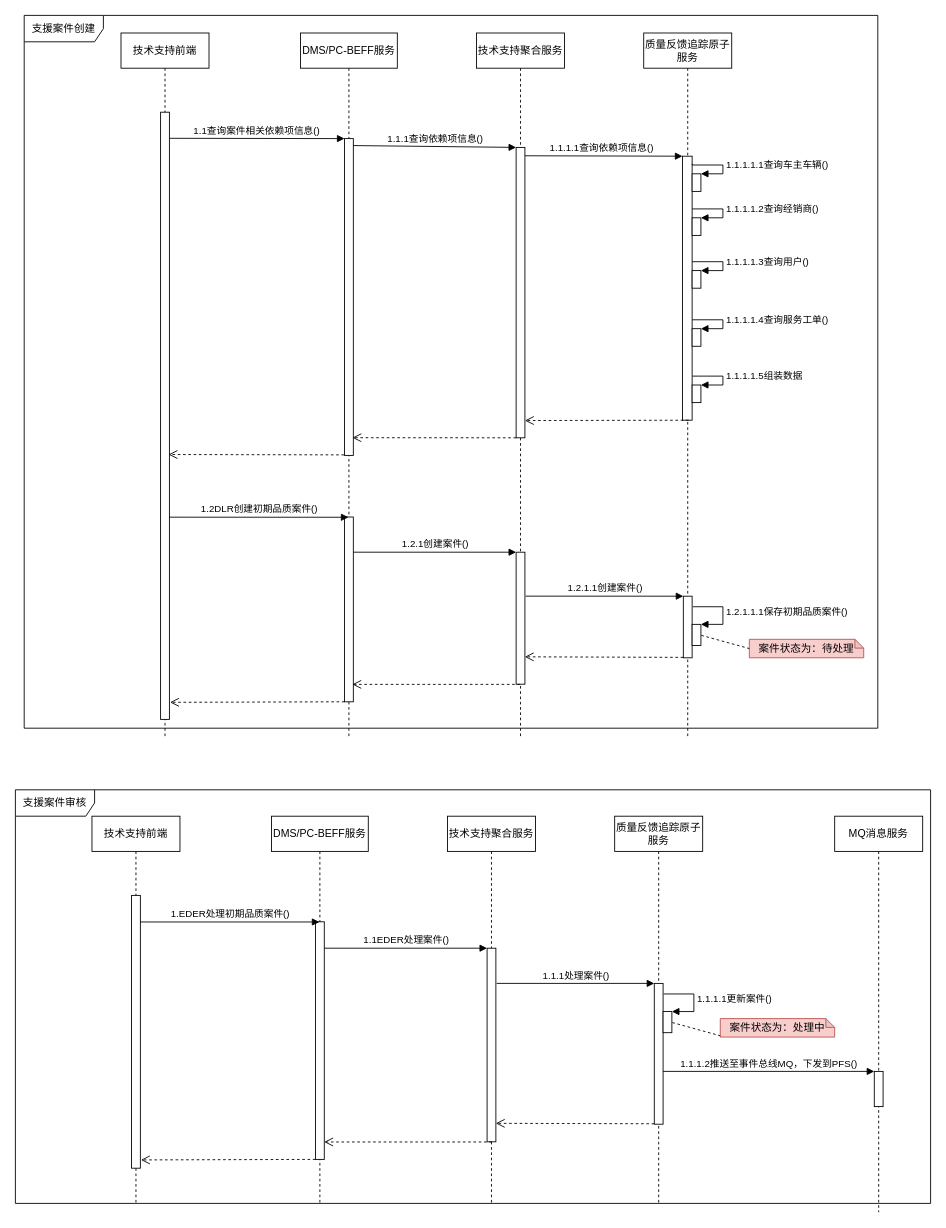
Above: page "大小部屋行为设计" (10 of 10) of images/支援案件时序图.drawio in 1132489442/designer (draw.io), before the change. Source tidied: cells renumbered, new cells numbered last; positions are measured from the earlier drawing's top-left corner, leaving out a move shared by most shapes. Both pictures are drawn from the tidied source at 88%, with x=0, y=0 at pixel (15, 15).
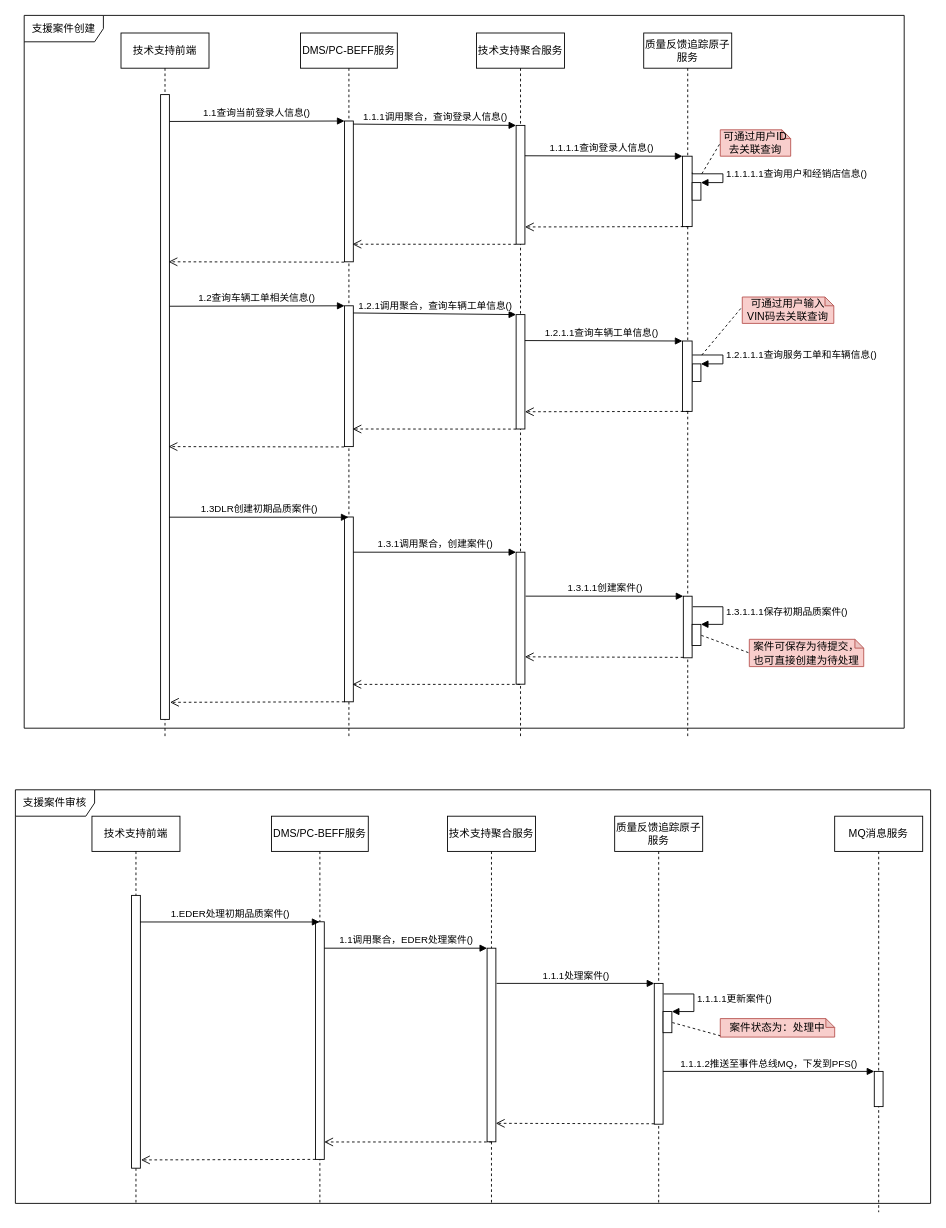
After the change.

Unchanged cells that the change refers to:
```xml
<mxCell id="2" value="质量反馈追踪原子服务" style="shape=umlLifeline;perimeter=lifelinePerimeter;whiteSpace=wrap;html=1;" parent="1" vertex="1">
  <mxGeometry x="714" y="20" width="100" height="800" as="geometry" />
</mxCell>
<mxCell id="3" style="html=1;points=[];perimeter=orthogonalPerimeter;" parent="2" vertex="1">
  <mxGeometry x="45" y="640" width="10" height="70" as="geometry" />
</mxCell>
<mxCell id="4" style="html=1;points=[];perimeter=orthogonalPerimeter;" parent="2" vertex="1">
  <mxGeometry x="55" y="672" width="10" height="24" as="geometry" />
</mxCell>
<mxCell id="10" value="技术支持聚合服务" style="shape=umlLifeline;perimeter=lifelinePerimeter;whiteSpace=wrap;html=1;" parent="1" vertex="1">
  <mxGeometry x="524" y="20" width="100" height="800" as="geometry" />
</mxCell>
<mxCell id="11" style="html=1;points=[];perimeter=orthogonalPerimeter;" parent="10" vertex="1">
  <mxGeometry x="45" y="590" width="10" height="150" as="geometry" />
</mxCell>
<mxCell id="13" value="技术支持前端" style="shape=umlLifeline;perimeter=lifelinePerimeter;whiteSpace=wrap;html=1;" parent="1" vertex="1">
  <mxGeometry x="120" y="20" width="100" height="800" as="geometry" />
</mxCell>
<mxCell id="15" value="DMS/PC-BEFF服务" style="shape=umlLifeline;perimeter=lifelinePerimeter;whiteSpace=wrap;html=1;" parent="1" vertex="1">
  <mxGeometry x="324" y="20" width="110" height="800" as="geometry" />
</mxCell>
```

What changed in the source:
```diff
@@
-    <mxCell id="5" value="1.2.1.1.1保存初期品质案件()" style="edgeStyle=orthogonalEdgeStyle;html=1;align=left;spacingLeft=2;endArrow=block;rounded=0;entryX=1;entryY=0;exitX=1.069;exitY=0.171;exitDx=0;exitDy=0;exitPerimeter=0;" parent="2" edge="1" source="3" target="4">
+    <mxCell id="5" value="1.3.1.1.1保存初期品质案件()" style="edgeStyle=orthogonalEdgeStyle;html=1;align=left;spacingLeft=2;endArrow=block;rounded=0;entryX=1;entryY=0;exitX=1.069;exitY=0.171;exitDx=0;exitDy=0;exitPerimeter=0;" parent="2" edge="1" source="3" target="4">
       <mxGeometry relative="1" as="geometry">
         <Array as="points">
           <mxPoint x="90" y="652" />
           <mxPoint x="90" y="672" />
         </Array>
       </mxGeometry>
     </mxCell>
     <mxCell id="6" style="html=1;points=[];perimeter=orthogonalPerimeter;" parent="2" vertex="1">
-      <mxGeometry x="44" y="140" width="11" height="300" as="geometry" />
+      <mxGeometry x="44" y="140" width="11" height="80" as="geometry" />
     </mxCell>
-    <mxCell id="7" value="1.1.1.1查询依赖项信息()" style="html=1;verticalAlign=bottom;endArrow=block;entryX=0;entryY=0;rounded=0;exitX=1.06;exitY=0.119;exitDx=0;exitDy=0;exitPerimeter=0;" parent="2" edge="1" target="6">
+    <mxCell id="7" value="1.1.1.1查询登录人信息()" style="html=1;verticalAlign=bottom;endArrow=block;entryX=0;entryY=0;rounded=0;exitX=1.06;exitY=0.119;exitDx=0;exitDy=0;exitPerimeter=0;" parent="2" edge="1" target="6">
       <mxGeometry relative="1" as="geometry">
         <mxPoint x="-140.4" y="139.5" as="sourcePoint" />
       </mxGeometry>
     </mxCell>
     <mxCell id="8" style="html=1;points=[];perimeter=orthogonalPerimeter;" parent="2" vertex="1">
-      <mxGeometry x="55" y="160" width="10" height="20" as="geometry" />
+      <mxGeometry x="55" y="170" width="10" height="20" as="geometry" />
     </mxCell>
-    <mxCell id="9" value="1.1.1.1.1查询车主车辆()" style="edgeStyle=orthogonalEdgeStyle;html=1;align=left;spacingLeft=2;endArrow=block;rounded=0;entryX=1;entryY=0;exitX=1.021;exitY=0.029;exitDx=0;exitDy=0;exitPerimeter=0;" parent="2" edge="1" source="6" target="8">
+    <mxCell id="9" value="1.1.1.1.1查询用户和经销店信息()" style="edgeStyle=orthogonalEdgeStyle;html=1;align=left;spacingLeft=2;endArrow=block;rounded=0;entryX=1;entryY=0;exitX=1.021;exitY=0.029;exitDx=0;exitDy=0;exitPerimeter=0;" parent="2" edge="1" target="8">
       <mxGeometry relative="1" as="geometry">
+        <mxPoint x="55.2" y="158.7" as="sourcePoint" />
         <Array as="points">
-          <mxPoint x="90" y="150" />
           <mxPoint x="90" y="160" />
+          <mxPoint x="90" y="170" />
         </Array>
       </mxGeometry>
     </mxCell>
@@
     <mxCell id="12" style="html=1;points=[];perimeter=orthogonalPerimeter;" parent="10" vertex="1">
-      <mxGeometry x="45" y="130" width="10" height="330" as="geometry" />
+      <mxGeometry x="45" y="105" width="10" height="135" as="geometry" />
     </mxCell>
@@
     <mxCell id="14" style="html=1;points=[];perimeter=orthogonalPerimeter;" parent="13" vertex="1">
-      <mxGeometry x="45" y="90" width="10" height="690" as="geometry" />
+      <mxGeometry x="45" y="70" width="10" height="710" as="geometry" />
     </mxCell>
@@
     <mxCell id="18" style="html=1;points=[];perimeter=orthogonalPerimeter;" parent="15" vertex="1">
-      <mxGeometry x="50" y="120" width="10" height="360" as="geometry" />
+      <mxGeometry x="50" y="100" width="10" height="160" as="geometry" />
     </mxCell>
-    <mxCell id="19" value="1.2DLR创建初期品质案件()" style="html=1;verticalAlign=bottom;endArrow=block;rounded=0;exitX=0.967;exitY=0.255;exitDx=0;exitDy=0;exitPerimeter=0;" parent="1" edge="1">
+    <mxCell id="19" value="1.3DLR创建初期品质案件()" style="html=1;verticalAlign=bottom;endArrow=block;rounded=0;exitX=0.967;exitY=0.255;exitDx=0;exitDy=0;exitPerimeter=0;" parent="1" edge="1">
       <mxGeometry relative="1" as="geometry">
         <mxPoint x="174.7" y="570.2" as="sourcePoint" />
         <mxPoint x="378.5" y="570.3" as="targetPoint" />
       </mxGeometry>
     </mxCell>
-    <mxCell id="20" value="1.2.1创建案件()" style="html=1;verticalAlign=bottom;endArrow=block;entryX=0;entryY=0;rounded=0;" parent="1" edge="1" target="11">
+    <mxCell id="20" value="1.3.1调用聚合，创建案件()" style="html=1;verticalAlign=bottom;endArrow=block;entryX=0;entryY=0;rounded=0;" parent="1" edge="1" target="11">
       <mxGeometry relative="1" as="geometry">
         <mxPoint x="384" y="610" as="sourcePoint" />
       </mxGeometry>
     </mxCell>
@@
-    <mxCell id="22" value="1.2.1.1创建案件()" style="html=1;verticalAlign=bottom;endArrow=block;entryX=0;entryY=0;rounded=0;exitX=1.078;exitY=0.333;exitDx=0;exitDy=0;exitPerimeter=0;" parent="1" edge="1" source="11" target="3">
+    <mxCell id="22" value="1.3.1.1创建案件()" style="html=1;verticalAlign=bottom;endArrow=block;entryX=0;entryY=0;rounded=0;exitX=1.078;exitY=0.333;exitDx=0;exitDy=0;exitPerimeter=0;" parent="1" edge="1" source="11" target="3">
       <mxGeometry relative="1" as="geometry" />
     </mxCell>
@@
-    <mxCell id="24" value="案件状态为：待处理" style="shape=note;whiteSpace=wrap;html=1;backgroundOutline=1;darkOpacity=0.05;size=10;fillColor=#f8cecc;strokeColor=#b85450;" parent="1" vertex="1">
-      <mxGeometry x="834" y="709" width="130" height="21" as="geometry" />
+    <mxCell id="24" value="案件可保存为待提交，也可直接创建为待处理" style="shape=note;whiteSpace=wrap;html=1;backgroundOutline=1;darkOpacity=0.05;size=10;fillColor=#f8cecc;strokeColor=#b85450;" parent="1" vertex="1">
+      <mxGeometry x="834" y="709" width="130" height="31" as="geometry" />
     </mxCell>
@@
-    <mxCell id="36" value="1.1EDER处理案件()" style="html=1;verticalAlign=bottom;endArrow=block;entryX=0;entryY=0;rounded=0;" parent="1" edge="1">
+    <mxCell id="36" value="1.1调用聚合，EDER处理案件()" style="html=1;verticalAlign=bottom;endArrow=block;entryX=0;entryY=0;rounded=0;" parent="1" edge="1">
       <mxGeometry relative="1" as="geometry">
         <mxPoint x="351" y="1060" as="sourcePoint" />
         <mxPoint x="536" y="1060" as="targetPoint" />
       </mxGeometry>
     </mxCell>
@@
-    <mxCell id="47" value="1.1查询案件相关依赖项信息()" style="html=1;verticalAlign=bottom;endArrow=block;entryX=0;entryY=0;rounded=0;exitX=1.034;exitY=0.043;exitDx=0;exitDy=0;exitPerimeter=0;" parent="1" edge="1" source="14" target="18">
+    <mxCell id="47" value="1.1查询当前登录人信息()" style="html=1;verticalAlign=bottom;endArrow=block;entryX=0;entryY=0;rounded=0;exitX=1.034;exitY=0.043;exitDx=0;exitDy=0;exitPerimeter=0;" parent="1" edge="1" source="14" target="18">
       <mxGeometry relative="1" as="geometry" />
     </mxCell>
     <mxCell id="48" style="html=1;verticalAlign=bottom;endArrow=open;dashed=1;endSize=8;exitX=0;exitY=0.95;rounded=0;entryX=0.948;entryY=0.12;entryDx=0;entryDy=0;entryPerimeter=0;" parent="1" edge="1">
       <mxGeometry relative="1" as="geometry">
-        <mxPoint x="373.5" y="499.4" as="sourcePoint" />
-        <mxPoint x="174" y="499" as="targetPoint" />
+        <mxPoint x="373.5" y="280.4" as="sourcePoint" />
+        <mxPoint x="174" y="280" as="targetPoint" />
       </mxGeometry>
     </mxCell>
-    <mxCell id="49" value="1.1.1查询依赖项信息()" style="html=1;verticalAlign=bottom;endArrow=block;entryX=0;entryY=0;rounded=0;exitX=0.992;exitY=0.022;exitDx=0;exitDy=0;exitPerimeter=0;" parent="1" edge="1" source="18" target="12">
+    <mxCell id="49" value="1.1.1调用聚合，查询登录人信息()" style="html=1;verticalAlign=bottom;endArrow=block;entryX=0;entryY=0;rounded=0;exitX=0.992;exitY=0.022;exitDx=0;exitDy=0;exitPerimeter=0;" parent="1" edge="1" source="18" target="12">
       <mxGeometry relative="1" as="geometry" />
     </mxCell>
     <mxCell id="50" style="html=1;verticalAlign=bottom;endArrow=open;dashed=1;endSize=8;exitX=0;exitY=0.95;rounded=0;entryX=0.9;entryY=0.843;entryDx=0;entryDy=0;entryPerimeter=0;" parent="1" edge="1">
       <mxGeometry relative="1" as="geometry">
-        <mxPoint x="569" y="480" as="sourcePoint" />
-        <mxPoint x="383" y="479.9" as="targetPoint" />
+        <mxPoint x="569" y="260.1" as="sourcePoint" />
+        <mxPoint x="383" y="260" as="targetPoint" />
       </mxGeometry>
     </mxCell>
     <mxCell id="51" style="html=1;verticalAlign=bottom;endArrow=open;dashed=1;endSize=8;exitX=0;exitY=0.95;rounded=0;entryX=0.9;entryY=0.843;entryDx=0;entryDy=0;entryPerimeter=0;" parent="1" edge="1">
       <mxGeometry relative="1" as="geometry">
-        <mxPoint x="765" y="460" as="sourcePoint" />
-        <mxPoint x="579" y="460.4" as="targetPoint" />
+        <mxPoint x="765" y="240" as="sourcePoint" />
+        <mxPoint x="579" y="240.4" as="targetPoint" />
       </mxGeometry>
     </mxCell>
-    <mxCell id="52" style="html=1;points=[];perimeter=orthogonalPerimeter;" parent="1" vertex="1">
-      <mxGeometry x="769" y="230" width="10" height="20" as="geometry" />
-    </mxCell>
-    <mxCell id="53" value="1.1.1.1.2查询经销商()" style="edgeStyle=orthogonalEdgeStyle;html=1;align=left;spacingLeft=2;endArrow=block;rounded=0;entryX=1;entryY=0;exitX=1.021;exitY=0.029;exitDx=0;exitDy=0;exitPerimeter=0;" parent="1" edge="1" target="52">
-      <mxGeometry relative="1" as="geometry">
-        <mxPoint x="769.2" y="219.9" as="sourcePoint" />
-        <Array as="points">
-          <mxPoint x="804" y="220" />
-          <mxPoint x="804" y="230" />
-        </Array>
-      </mxGeometry>
-    </mxCell>
-    <mxCell id="54" style="html=1;points=[];perimeter=orthogonalPerimeter;" parent="1" vertex="1">
-      <mxGeometry x="769" y="290" width="10" height="20" as="geometry" />
-    </mxCell>
-    <mxCell id="55" value="1.1.1.1.3查询用户()" style="edgeStyle=orthogonalEdgeStyle;html=1;align=left;spacingLeft=2;endArrow=block;rounded=0;entryX=1;entryY=0;exitX=1.021;exitY=0.029;exitDx=0;exitDy=0;exitPerimeter=0;" parent="1" edge="1" target="54">
-      <mxGeometry relative="1" as="geometry">
-        <mxPoint x="769.2" y="279.9" as="sourcePoint" />
-        <Array as="points">
-          <mxPoint x="804" y="280" />
-          <mxPoint x="804" y="290" />
-        </Array>
-      </mxGeometry>
-    </mxCell>
     <mxCell id="56" style="html=1;points=[];perimeter=orthogonalPerimeter;" parent="1" vertex="1">
-      <mxGeometry x="769" y="356" width="10" height="20" as="geometry" />
+      <mxGeometry x="769" y="396" width="10" height="20" as="geometry" />
     </mxCell>
-    <mxCell id="57" value="1.1.1.1.4查询服务工单()" style="edgeStyle=orthogonalEdgeStyle;html=1;align=left;spacingLeft=2;endArrow=block;rounded=0;entryX=1;entryY=0;exitX=1.021;exitY=0.029;exitDx=0;exitDy=0;exitPerimeter=0;" parent="1" edge="1" target="56">
+    <mxCell id="57" value="1.2.1.1.1查询服务工单和车辆信息()" style="edgeStyle=orthogonalEdgeStyle;html=1;align=left;spacingLeft=2;endArrow=block;rounded=0;entryX=1;entryY=0;exitX=1.021;exitY=0.029;exitDx=0;exitDy=0;exitPerimeter=0;" parent="1" edge="1" target="56">
       <mxGeometry relative="1" as="geometry">
-        <mxPoint x="769.2" y="345.9" as="sourcePoint" />
+        <mxPoint x="769.2" y="385.9" as="sourcePoint" />
         <Array as="points">
-          <mxPoint x="804" y="346" />
-          <mxPoint x="804" y="356" />
+          <mxPoint x="804" y="386" />
+          <mxPoint x="804" y="396" />
         </Array>
       </mxGeometry>
     </mxCell>
-    <mxCell id="58" style="html=1;points=[];perimeter=orthogonalPerimeter;" parent="1" vertex="1">
-      <mxGeometry x="769" y="420" width="10" height="20" as="geometry" />
-    </mxCell>
-    <mxCell id="59" value="1.1.1.1.5组装数据" style="edgeStyle=orthogonalEdgeStyle;html=1;align=left;spacingLeft=2;endArrow=block;rounded=0;entryX=1;entryY=0;exitX=1.021;exitY=0.029;exitDx=0;exitDy=0;exitPerimeter=0;" parent="1" edge="1" target="58">
-      <mxGeometry relative="1" as="geometry">
-        <mxPoint x="769.2" y="409.9" as="sourcePoint" />
-        <Array as="points">
-          <mxPoint x="804" y="410" />
-          <mxPoint x="804" y="420" />
-        </Array>
-      </mxGeometry>
-    </mxCell>
+    <mxCell id="62" style="html=1;points=[];perimeter=orthogonalPerimeter;" parent="1" vertex="1">
+      <mxGeometry x="758" y="370" width="11" height="80" as="geometry" />
+    </mxCell>
+    <mxCell id="63" value="1.2.1.1查询车辆工单信息()" style="html=1;verticalAlign=bottom;endArrow=block;entryX=0;entryY=0;rounded=0;exitX=1.06;exitY=0.119;exitDx=0;exitDy=0;exitPerimeter=0;" parent="1" edge="1" target="62">
+      <mxGeometry relative="1" as="geometry">
+        <mxPoint x="573.6" y="369.5" as="sourcePoint" />
+      </mxGeometry>
+    </mxCell>
+    <mxCell id="64" style="html=1;points=[];perimeter=orthogonalPerimeter;" parent="1" vertex="1">
+      <mxGeometry x="569" y="340" width="10" height="130" as="geometry" />
+    </mxCell>
+    <mxCell id="65" style="html=1;points=[];perimeter=orthogonalPerimeter;" parent="1" vertex="1">
+      <mxGeometry x="374" y="330" width="10" height="160" as="geometry" />
+    </mxCell>
+    <mxCell id="66" value="1.2查询车辆工单相关信息()" style="html=1;verticalAlign=bottom;endArrow=block;entryX=0;entryY=0;rounded=0;exitX=1.034;exitY=0.043;exitDx=0;exitDy=0;exitPerimeter=0;" parent="1" edge="1" target="65">
+      <mxGeometry relative="1" as="geometry">
+        <mxPoint x="175.3" y="330.5" as="sourcePoint" />
+      </mxGeometry>
+    </mxCell>
+    <mxCell id="67" style="html=1;verticalAlign=bottom;endArrow=open;dashed=1;endSize=8;exitX=0;exitY=0.95;rounded=0;entryX=0.948;entryY=0.12;entryDx=0;entryDy=0;entryPerimeter=0;" parent="1" edge="1">
+      <mxGeometry relative="1" as="geometry">
+        <mxPoint x="373.5" y="490.4" as="sourcePoint" />
+        <mxPoint x="174" y="490" as="targetPoint" />
+      </mxGeometry>
+    </mxCell>
+    <mxCell id="68" value="1.2.1调用聚合，查询车辆工单信息()" style="html=1;verticalAlign=bottom;endArrow=block;entryX=0;entryY=0;rounded=0;exitX=1;exitY=0.051;exitDx=0;exitDy=0;exitPerimeter=0;" parent="1" edge="1" source="65" target="64">
+      <mxGeometry relative="1" as="geometry" />
+    </mxCell>
+    <mxCell id="69" style="html=1;verticalAlign=bottom;endArrow=open;dashed=1;endSize=8;exitX=0;exitY=0.95;rounded=0;entryX=0.9;entryY=0.843;entryDx=0;entryDy=0;entryPerimeter=0;" parent="1" edge="1">
+      <mxGeometry relative="1" as="geometry">
+        <mxPoint x="569" y="470.1" as="sourcePoint" />
+        <mxPoint x="383" y="470" as="targetPoint" />
+      </mxGeometry>
+    </mxCell>
+    <mxCell id="70" style="html=1;verticalAlign=bottom;endArrow=open;dashed=1;endSize=8;exitX=0;exitY=0.95;rounded=0;entryX=0.9;entryY=0.843;entryDx=0;entryDy=0;entryPerimeter=0;" parent="1" edge="1">
+      <mxGeometry relative="1" as="geometry">
+        <mxPoint x="765" y="450" as="sourcePoint" />
+        <mxPoint x="579" y="450.4" as="targetPoint" />
+      </mxGeometry>
+    </mxCell>
+    <mxCell id="71" value="可通过用户ID去关联查询" style="shape=note;whiteSpace=wrap;html=1;backgroundOutline=1;darkOpacity=0.05;size=10;fillColor=#f8cecc;strokeColor=#b85450;" parent="1" vertex="1">
+      <mxGeometry x="801" y="130" width="80" height="30" as="geometry" />
+    </mxCell>
+    <mxCell id="72" style="endArrow=none;dashed=1;html=1;rounded=0;entryX=0;entryY=0.5;entryDx=0;entryDy=0;entryPerimeter=0;" parent="1" edge="1" target="71">
+      <mxGeometry relative="1" as="geometry">
+        <mxPoint x="780" y="180" as="sourcePoint" />
+      </mxGeometry>
+    </mxCell>
+    <mxCell id="73" value="可通过用户输入VIN码去关联查询" style="shape=note;whiteSpace=wrap;html=1;backgroundOutline=1;darkOpacity=0.05;size=10;fillColor=#f8cecc;strokeColor=#b85450;" parent="1" vertex="1">
+      <mxGeometry x="826" y="320" width="104" height="30" as="geometry" />
+    </mxCell>
+    <mxCell id="74" style="endArrow=none;dashed=1;html=1;rounded=0;entryX=0;entryY=0.5;entryDx=0;entryDy=0;entryPerimeter=0;" parent="1" edge="1">
+      <mxGeometry relative="1" as="geometry">
+        <mxPoint x="780" y="386" as="sourcePoint" />
+        <mxPoint x="826" y="331" as="targetPoint" />
+      </mxGeometry>
+    </mxCell>
+    <mxCell id="61" value="支援案件审核" style="shape=umlFrame;whiteSpace=wrap;html=1;width=90;height=30;" parent="1" vertex="1">
+      <mxGeometry y="880" width="1040" height="470" as="geometry" />
+    </mxCell>
     <mxCell id="60" value="支援案件创建" style="shape=umlFrame;whiteSpace=wrap;html=1;width=90;height=30;" parent="1" vertex="1">
-      <mxGeometry x="10" width="970" height="810" as="geometry" />
+      <mxGeometry x="10" width="1000" height="810" as="geometry" />
     </mxCell>
-    <mxCell id="61" value="支援案件审核" style="shape=umlFrame;whiteSpace=wrap;html=1;width=90;height=30;" parent="1" vertex="1">
-      <mxGeometry y="880" width="1040" height="470" as="geometry" />
-    </mxCell>
```
